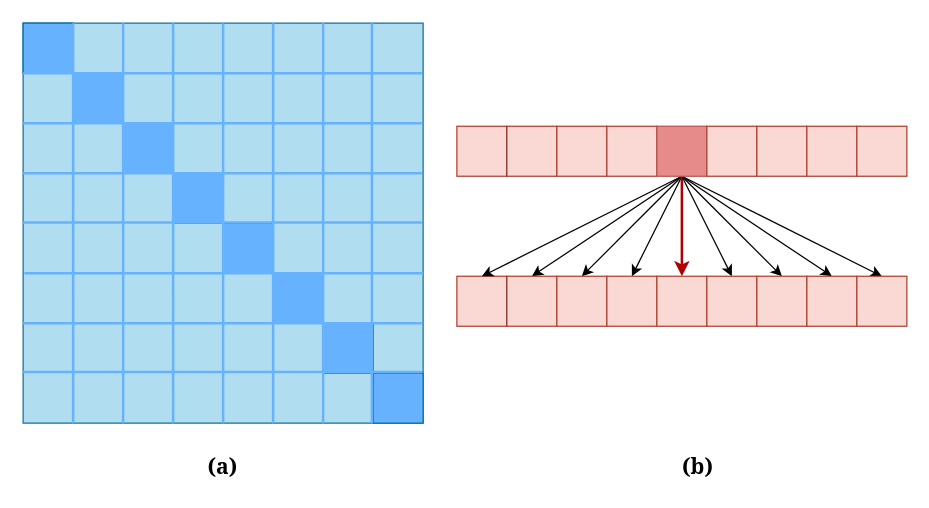
Before: page "ViT-SA" (3 of 5) of mypaper_model.drawio in 628014/628014.github.io, a draw.io diagram. Source tidied: cells renumbered, new cells numbered last; positions are measured from the earlier drawing's top-left corner, leaving out a move shared by most shapes. Both pictures are drawn from the tidied source at 125%, with x=0, y=0 at pixel (22, 22).
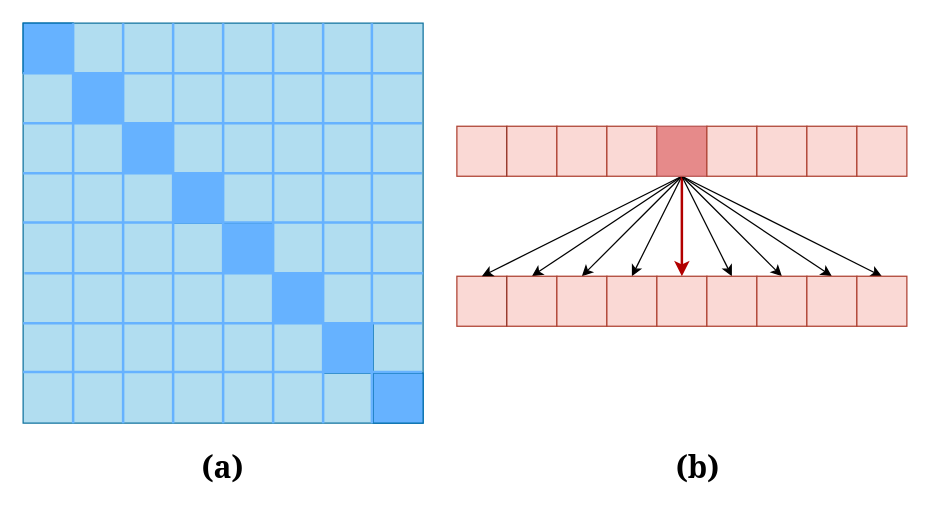
The same diagram, later.

The edit, as a diff of the source:
```diff
@@
-    <mxCell id="68" value="&lt;font face=&quot;Georgia&quot; style=&quot;font-size: 17px&quot;&gt;&lt;b&gt;(a)&lt;/b&gt;&lt;/font&gt;" style="text;html=1;strokeColor=none;fillColor=none;align=center;verticalAlign=middle;whiteSpace=wrap;rounded=0;" parent="1" vertex="1">
+    <mxCell id="68" value="&lt;font size=&quot;1&quot; face=&quot;Georgia&quot; style=&quot;&quot;&gt;&lt;b style=&quot;font-size: 24px;&quot;&gt;(a)&lt;/b&gt;&lt;/font&gt;" style="text;html=1;strokeColor=none;fillColor=none;align=center;verticalAlign=middle;whiteSpace=wrap;rounded=0;" parent="1" vertex="1">
       <mxGeometry x="130" y="340" width="60" height="30" as="geometry" />
     </mxCell>
-    <mxCell id="69" value="&lt;font face=&quot;Georgia&quot; size=&quot;1&quot;&gt;&lt;b style=&quot;font-size: 17px&quot;&gt;(b)&lt;/b&gt;&lt;/font&gt;" style="text;html=1;strokeColor=none;fillColor=none;align=center;verticalAlign=middle;whiteSpace=wrap;rounded=0;" parent="1" vertex="1">
+    <mxCell id="69" value="&lt;font face=&quot;Georgia&quot; size=&quot;1&quot;&gt;&lt;b style=&quot;font-size: 24px;&quot;&gt;(b)&lt;/b&gt;&lt;/font&gt;" style="text;html=1;strokeColor=none;fillColor=none;align=center;verticalAlign=middle;whiteSpace=wrap;rounded=0;" parent="1" vertex="1">
       <mxGeometry x="510" y="340" width="60" height="30" as="geometry" />
     </mxCell>
```
